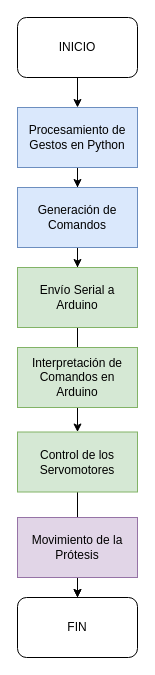
This is img/Diagrama sin título.drawio from CarlosErz/FingersBot, a draw.io file, before an edit. Source tidied: cells renumbered, new cells numbered last; positions are measured from the earlier drawing's top-left corner, leaving out a move shared by most shapes. Both pictures are drawn from the tidied source at 100%, with x=0, y=0 at pixel (17, 17).
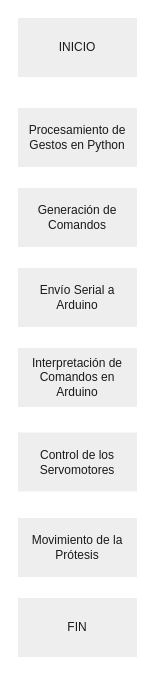
Above is the later version.

Change to the diagram source:
```diff
@@
 <mxGraphModel>
   <root>
     <mxCell id="0" />
     <mxCell id="1" parent="0" />
-    <mxCell id="2" value="INICIO" style="rounded=1;whiteSpace=wrap;html=1;" parent="1" vertex="1">
+    <mxCell id="2" value="INICIO" style="rounded=0;whiteSpace=wrap;html=1;labelBackgroundColor=none;fillColor=#EEEEEE;strokeColor=#FFFFFF;fontColor=#1A1A1A;" parent="1" vertex="1">
       <mxGeometry width="120" height="60" as="geometry" />
     </mxCell>
-    <mxCell id="3" style="edgeStyle=orthogonalEdgeStyle;rounded=0;jettySize=auto;html=1;exitX=0.5;exitY=1;exitDx=0;exitDy=0;entryX=0.5;entryY=0;entryDx=0;entryDy=0;" parent="1" edge="1" source="2" target="5">
+    <mxCell id="3" style="edgeStyle=orthogonalEdgeStyle;rounded=0;jettySize=auto;html=1;exitX=0.5;exitY=1;exitDx=0;exitDy=0;entryX=0.5;entryY=0;entryDx=0;entryDy=0;labelBackgroundColor=none;strokeColor=#FFFFFF;fontColor=default;" parent="1" edge="1" source="2" target="5">
       <mxGeometry relative="1" as="geometry" />
     </mxCell>
-    <mxCell id="4" style="edgeStyle=orthogonalEdgeStyle;rounded=0;jettySize=auto;html=1;" parent="1" edge="1" source="5" target="7">
+    <mxCell id="4" style="edgeStyle=orthogonalEdgeStyle;rounded=0;jettySize=auto;html=1;labelBackgroundColor=none;strokeColor=#FFFFFF;fontColor=default;" parent="1" edge="1" source="5" target="7">
       <mxGeometry relative="1" as="geometry" />
     </mxCell>
-    <mxCell id="5" value="Procesamiento de Gestos en Python" style="rounded=0;whiteSpace=wrap;html=1;fillColor=#dae8fc;strokeColor=#6c8ebf;" parent="1" vertex="1">
+    <mxCell id="5" value="Procesamiento de Gestos en Python" style="rounded=0;whiteSpace=wrap;html=1;fillColor=#EEEEEE;strokeColor=#FFFFFF;labelBackgroundColor=none;fontColor=#1A1A1A;" parent="1" vertex="1">
       <mxGeometry y="90" width="120" height="60" as="geometry" />
     </mxCell>
-    <mxCell id="6" style="edgeStyle=orthogonalEdgeStyle;rounded=0;jettySize=auto;html=1;" parent="1" edge="1" source="7" target="9">
+    <mxCell id="6" style="edgeStyle=orthogonalEdgeStyle;rounded=0;jettySize=auto;html=1;labelBackgroundColor=none;strokeColor=#FFFFFF;fontColor=default;" parent="1" edge="1" source="7" target="9">
       <mxGeometry relative="1" as="geometry" />
     </mxCell>
-    <mxCell id="7" value="Generación de Comandos " style="rounded=0;whiteSpace=wrap;html=1;fillColor=#dae8fc;strokeColor=#6c8ebf;" parent="1" vertex="1">
+    <mxCell id="7" value="Generación de Comandos " style="rounded=0;whiteSpace=wrap;html=1;fillColor=#EEEEEE;strokeColor=#FFFFFF;labelBackgroundColor=none;fontColor=#1A1A1A;" parent="1" vertex="1">
       <mxGeometry y="170" width="120" height="60" as="geometry" />
     </mxCell>
-    <mxCell id="8" style="edgeStyle=orthogonalEdgeStyle;rounded=0;jettySize=auto;html=1;" parent="1" edge="1" source="9" target="12">
+    <mxCell id="8" style="edgeStyle=orthogonalEdgeStyle;rounded=0;jettySize=auto;html=1;labelBackgroundColor=none;strokeColor=#FFFFFF;fontColor=default;" parent="1" edge="1" source="9" target="12">
       <mxGeometry relative="1" as="geometry" />
     </mxCell>
-    <mxCell id="9" value="Envío Serial a Arduino " style="rounded=0;whiteSpace=wrap;html=1;fillColor=#d5e8d4;strokeColor=#82b366;" parent="1" vertex="1">
+    <mxCell id="9" value="Envío Serial a Arduino " style="rounded=0;whiteSpace=wrap;html=1;fillColor=#EEEEEE;strokeColor=#FFFFFF;labelBackgroundColor=none;fontColor=#1A1A1A;" parent="1" vertex="1">
       <mxGeometry y="250" width="120" height="60" as="geometry" />
     </mxCell>
-    <mxCell id="10" value="Interpretación de Comandos en Arduino" style="rounded=0;whiteSpace=wrap;html=1;fillColor=#d5e8d4;strokeColor=#82b366;" parent="1" vertex="1">
+    <mxCell id="10" value="Interpretación de Comandos en Arduino" style="rounded=0;whiteSpace=wrap;html=1;fillColor=#EEEEEE;strokeColor=#FFFFFF;labelBackgroundColor=none;fontColor=#1A1A1A;" parent="1" vertex="1">
       <mxGeometry y="330" width="120" height="60" as="geometry" />
     </mxCell>
-    <mxCell id="11" style="edgeStyle=orthogonalEdgeStyle;rounded=0;jettySize=auto;html=1;" parent="1" edge="1" source="12" target="15">
+    <mxCell id="11" style="edgeStyle=orthogonalEdgeStyle;rounded=0;jettySize=auto;html=1;labelBackgroundColor=none;strokeColor=#FFFFFF;fontColor=default;" parent="1" edge="1" source="12" target="15">
       <mxGeometry relative="1" as="geometry" />
     </mxCell>
-    <mxCell id="12" value="Control de los Servomotores" style="rounded=0;whiteSpace=wrap;html=1;fillColor=#d5e8d4;strokeColor=#82b366;" parent="1" vertex="1">
+    <mxCell id="12" value="Control de los Servomotores" style="rounded=0;whiteSpace=wrap;html=1;fillColor=#EEEEEE;strokeColor=#FFFFFF;labelBackgroundColor=none;fontColor=#1A1A1A;" parent="1" vertex="1">
       <mxGeometry y="414.5" width="120" height="60" as="geometry" />
     </mxCell>
-    <mxCell id="13" style="edgeStyle=orthogonalEdgeStyle;rounded=0;jettySize=auto;html=1;" parent="1" edge="1" source="14" target="15">
+    <mxCell id="13" style="edgeStyle=orthogonalEdgeStyle;rounded=0;jettySize=auto;html=1;labelBackgroundColor=none;strokeColor=#FFFFFF;fontColor=default;" parent="1" edge="1" source="14" target="15">
       <mxGeometry relative="1" as="geometry" />
     </mxCell>
-    <mxCell id="14" value="Movimiento de la Prótesis" style="rounded=0;whiteSpace=wrap;html=1;fillColor=#e1d5e7;strokeColor=#9673a6;" parent="1" vertex="1">
+    <mxCell id="14" value="Movimiento de la Prótesis" style="rounded=0;whiteSpace=wrap;html=1;fillColor=#EEEEEE;strokeColor=#FFFFFF;labelBackgroundColor=none;fontColor=#1A1A1A;" parent="1" vertex="1">
       <mxGeometry y="500" width="120" height="60" as="geometry" />
     </mxCell>
-    <mxCell id="15" value="FIN" style="rounded=1;whiteSpace=wrap;html=1;" parent="1" vertex="1">
+    <mxCell id="15" value="FIN" style="rounded=0;whiteSpace=wrap;html=1;labelBackgroundColor=none;fillColor=#EEEEEE;strokeColor=#FFFFFF;fontColor=#1A1A1A;" parent="1" vertex="1">
       <mxGeometry y="580" width="120" height="60" as="geometry" />
     </mxCell>
   </root>
 </mxGraphModel>
```
